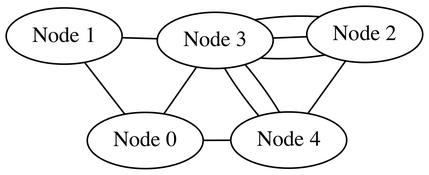
mickey-is-codin/data-structures keeps this Graphviz diagram as graphs-networks/c-networks/graphviz/list_graph.png. Above is the earlier version. Its source is kept beside it as graphs-networks/c-networks/graphviz/list_graph.dot. Source of this version:
```dot
graph unix {
	graph [ dpi = 300 ];
	size="6,6";
	rankdir="LR";

	"Node 0" -- "Node 4"
	"Node 0" -- "Node 3"
	"Node 1" -- "Node 0"
	"Node 2" -- "Node 3"
	"Node 3" -- "Node 1"
	"Node 3" -- "Node 2"
	"Node 3" -- "Node 4"
	"Node 3" -- "Node 2"
	"Node 4" -- "Node 2"
	"Node 4" -- "Node 3"
}
```
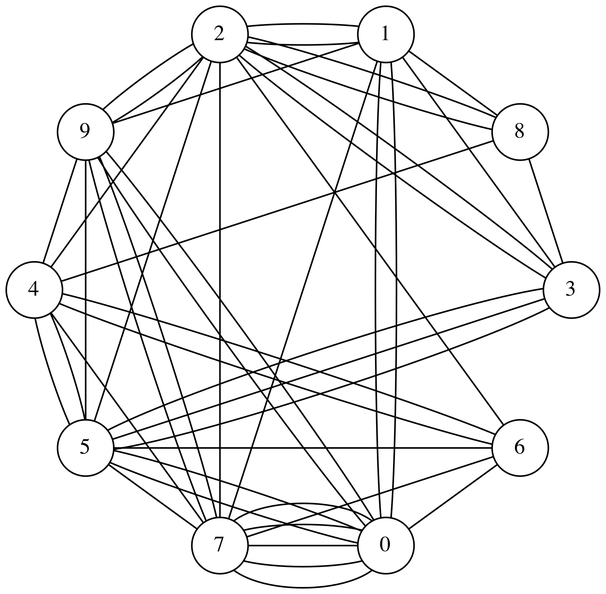
Later version of the same file.

Change to the diagram source:
```diff
@@ -1,16 +1,52 @@
 graph unix {
 	graph [ dpi = 300 ];
+	node [shape=circle];
 	size="6,6";
 	rankdir="LR";
 
-	"Node 0" -- "Node 4"
-	"Node 0" -- "Node 3"
-	"Node 1" -- "Node 0"
-	"Node 2" -- "Node 3"
-	"Node 3" -- "Node 1"
-	"Node 3" -- "Node 2"
-	"Node 3" -- "Node 4"
-	"Node 3" -- "Node 2"
-	"Node 4" -- "Node 2"
-	"Node 4" -- "Node 3"
+	"0" -- "7"
+	"0" -- "6"
+	"0" -- "1"
+	"0" -- "7"
+	"0" -- "7"
+	"0" -- "7"
+	"0" -- "5"
+	"0" -- "9"
+	"0" -- "1"
+	"0" -- "7"
+	"0" -- "9"
+	"1" -- "2"
+	"1" -- "9"
+	"1" -- "8"
+	"1" -- "2"
+	"1" -- "3"
+	"2" -- "3"
+	"2" -- "7"
+	"2" -- "5"
+	"2" -- "4"
+	"3" -- "2"
+	"3" -- "5"
+	"3" -- "8"
+	"4" -- "5"
+	"4" -- "6"
+	"4" -- "6"
+	"5" -- "9"
+	"5" -- "0"
+	"5" -- "6"
+	"5" -- "3"
+	"5" -- "4"
+	"5" -- "7"
+	"5" -- "3"
+	"6" -- "7"
+	"6" -- "2"
+	"7" -- "4"
+	"7" -- "9"
+	"7" -- "9"
+	"7" -- "1"
+	"8" -- "4"
+	"8" -- "2"
+	"8" -- "2"
+	"9" -- "4"
+	"9" -- "2"
+	"9" -- "2"
 }
```
